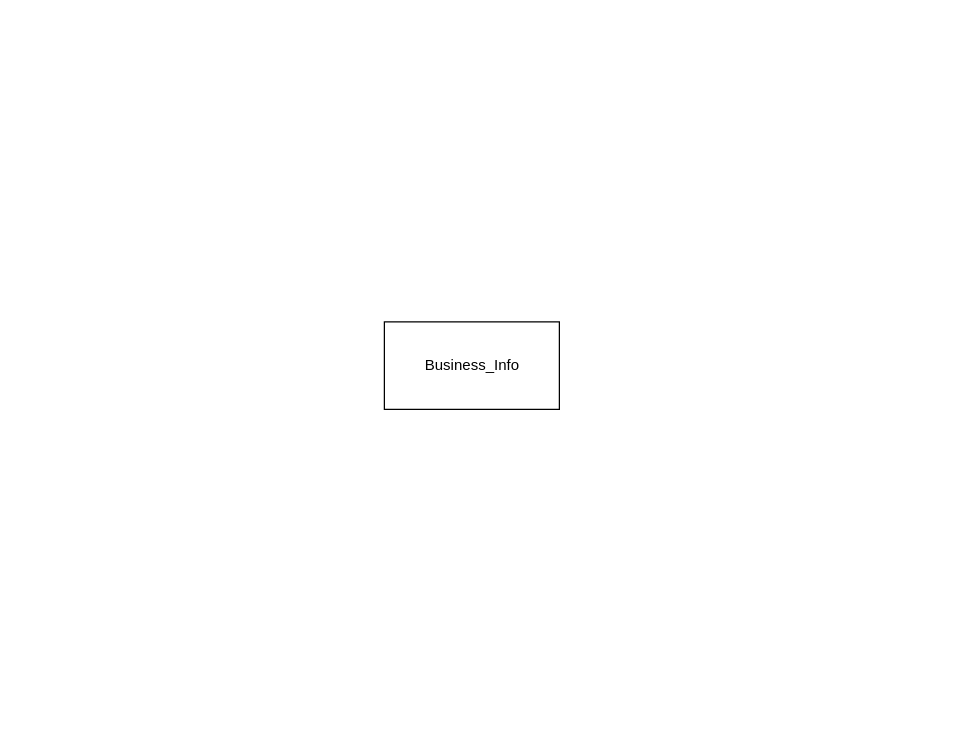
Above: page "Business_Info" (1 of 4) of TakeHomeProject.drawio in mrkwapo/DatabaseDesignAndManagement (draw.io), before the change. Source tidied: cells renumbered, new cells numbered last; positions are measured from the earlier drawing's top-left corner, leaving out a move shared by most shapes. Both pictures are drawn from the tidied source at 125%, with x=0, y=0 at pixel (384, 321).
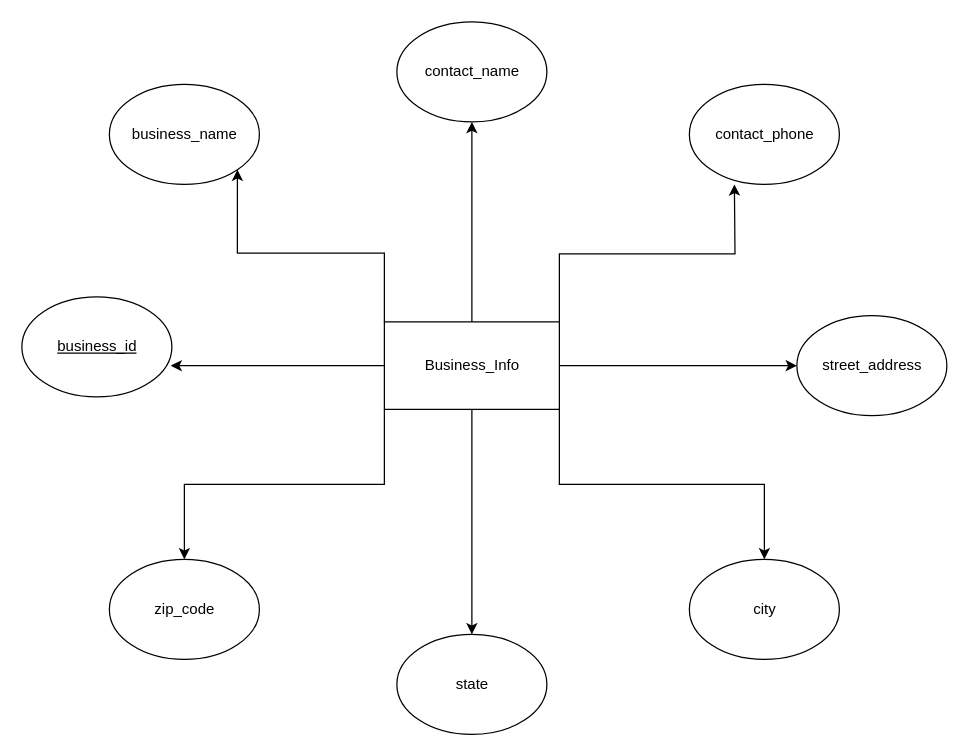
The same diagram, later.

Commit message:
er diagrams for all tables

Unchanged cells that the change refers to:
```xml
<mxCell id="2" style="group;" parent="1" vertex="1">
  <mxGeometry width="140" height="70" as="geometry" />
</mxCell>
<mxCell id="3" style="rounded=0;whiteSpace=wrap;html=1;" parent="2" vertex="1">
  <mxGeometry width="140" height="70" as="geometry" />
</mxCell>
```

Change to the diagram source:
```diff
@@
+    <mxCell id="5" style="edgeStyle=orthogonalEdgeStyle;rounded=0;jettySize=auto;html=1;" parent="2" edge="1" source="3">
+      <mxGeometry relative="1" as="geometry">
+        <mxPoint x="70" y="-160" as="targetPoint" />
+      </mxGeometry>
+    </mxCell>
+    <mxCell id="6" style="edgeStyle=orthogonalEdgeStyle;rounded=0;jettySize=auto;html=1;exitX=1;exitY=0;exitDx=0;exitDy=0;" parent="2" edge="1" source="3">
+      <mxGeometry relative="1" as="geometry">
+        <mxPoint x="280" y="-110" as="targetPoint" />
+      </mxGeometry>
+    </mxCell>
@@
+    <mxCell id="7" style="group;" parent="1" vertex="1">
+      <mxGeometry x="-220" y="-190" width="120" height="80" as="geometry" />
+    </mxCell>
+    <mxCell id="8" style="ellipse;whiteSpace=wrap;html=1;" parent="7" vertex="1">
+      <mxGeometry width="120" height="80" as="geometry" />
+    </mxCell>
+    <mxCell id="9" value="business_name" style="text;html=1;align=center;verticalAlign=middle;strokeColor=none;fillColor=none;" parent="7" vertex="1">
+      <mxGeometry x="5" y="25" width="110" height="30" as="geometry" />
+    </mxCell>
+    <mxCell id="10" style="group;" parent="1" vertex="1">
+      <mxGeometry x="10" y="-240" width="120" height="80" as="geometry" />
+    </mxCell>
+    <mxCell id="11" style="ellipse;whiteSpace=wrap;html=1;" parent="10" vertex="1">
+      <mxGeometry width="120" height="80" as="geometry" />
+    </mxCell>
+    <mxCell id="12" value="contact_name" style="text;html=1;align=center;verticalAlign=middle;strokeColor=none;fillColor=none;" parent="10" vertex="1">
+      <mxGeometry x="10" y="25" width="100" height="30" as="geometry" />
+    </mxCell>
+    <mxCell id="13" style="group;" parent="1" vertex="1">
+      <mxGeometry x="244" y="-190" width="120" height="80" as="geometry" />
+    </mxCell>
+    <mxCell id="14" style="ellipse;whiteSpace=wrap;html=1;" parent="13" vertex="1">
+      <mxGeometry width="120" height="80" as="geometry" />
+    </mxCell>
+    <mxCell id="15" value="contact_phone" style="text;html=1;align=center;verticalAlign=middle;strokeColor=none;fillColor=none;" parent="13" vertex="1">
+      <mxGeometry x="10" y="25" width="100" height="30" as="geometry" />
+    </mxCell>
+    <mxCell id="16" style="group;" parent="1" vertex="1">
+      <mxGeometry x="330" y="-5" width="120" height="80" as="geometry" />
+    </mxCell>
+    <mxCell id="17" style="ellipse;whiteSpace=wrap;html=1;" parent="16" vertex="1">
+      <mxGeometry width="120" height="80" as="geometry" />
+    </mxCell>
+    <mxCell id="18" value="street_address" style="text;html=1;align=center;verticalAlign=middle;strokeColor=none;fillColor=none;" parent="16" vertex="1">
+      <mxGeometry x="10" y="25" width="100" height="30" as="geometry" />
+    </mxCell>
+    <mxCell id="19" style="group;" parent="1" vertex="1">
+      <mxGeometry x="244" y="190" width="120" height="80" as="geometry" />
+    </mxCell>
+    <mxCell id="20" style="ellipse;whiteSpace=wrap;html=1;" parent="19" vertex="1">
+      <mxGeometry width="120" height="80" as="geometry" />
+    </mxCell>
+    <mxCell id="21" value="city" style="text;html=1;align=center;verticalAlign=middle;strokeColor=none;fillColor=none;" parent="19" vertex="1">
+      <mxGeometry x="40" y="25" width="40" height="30" as="geometry" />
+    </mxCell>
+    <mxCell id="22" style="group;" parent="1" vertex="1">
+      <mxGeometry x="10" y="250" width="120" height="80" as="geometry" />
+    </mxCell>
+    <mxCell id="23" style="ellipse;whiteSpace=wrap;html=1;" parent="22" vertex="1">
+      <mxGeometry width="120" height="80" as="geometry" />
+    </mxCell>
+    <mxCell id="24" value="state" style="text;html=1;align=center;verticalAlign=middle;strokeColor=none;fillColor=none;" parent="22" vertex="1">
+      <mxGeometry x="35" y="25" width="50" height="30" as="geometry" />
+    </mxCell>
+    <mxCell id="25" style="group;" parent="1" vertex="1">
+      <mxGeometry x="-290" y="-20" width="120" height="80" as="geometry" />
+    </mxCell>
+    <mxCell id="26" style="ellipse;whiteSpace=wrap;html=1;" parent="25" vertex="1">
+      <mxGeometry width="120" height="80" as="geometry" />
+    </mxCell>
+    <mxCell id="27" value="&lt;u&gt;business_id&lt;/u&gt;" style="text;html=1;align=center;verticalAlign=middle;strokeColor=none;fillColor=none;" parent="25" vertex="1">
+      <mxGeometry x="15" y="25" width="90" height="30" as="geometry" />
+    </mxCell>
+    <mxCell id="28" style="group;" parent="1" vertex="1">
+      <mxGeometry x="-220" y="190" width="120" height="80" as="geometry" />
+    </mxCell>
+    <mxCell id="29" style="ellipse;whiteSpace=wrap;html=1;" parent="28" vertex="1">
+      <mxGeometry width="120" height="80" as="geometry" />
+    </mxCell>
+    <mxCell id="30" value="zip_code" style="text;html=1;align=center;verticalAlign=middle;strokeColor=none;fillColor=none;" parent="28" vertex="1">
+      <mxGeometry x="25" y="25" width="70" height="30" as="geometry" />
+    </mxCell>
+    <mxCell id="31" style="edgeStyle=orthogonalEdgeStyle;rounded=0;jettySize=auto;html=1;exitX=0;exitY=0;exitDx=0;exitDy=0;entryX=1;entryY=1;entryDx=0;entryDy=0;" parent="1" edge="1" source="3" target="8">
+      <mxGeometry relative="1" as="geometry" />
+    </mxCell>
+    <mxCell id="32" style="edgeStyle=orthogonalEdgeStyle;rounded=0;jettySize=auto;html=1;entryX=0.992;entryY=0.688;entryDx=0;entryDy=0;entryPerimeter=0;" parent="1" edge="1" source="3" target="26">
+      <mxGeometry relative="1" as="geometry" />
+    </mxCell>
+    <mxCell id="33" style="edgeStyle=orthogonalEdgeStyle;rounded=0;jettySize=auto;html=1;entryX=0;entryY=0.5;entryDx=0;entryDy=0;" parent="1" edge="1" source="3" target="17">
+      <mxGeometry relative="1" as="geometry" />
+    </mxCell>
+    <mxCell id="34" style="edgeStyle=orthogonalEdgeStyle;rounded=0;jettySize=auto;html=1;entryX=0.5;entryY=0;entryDx=0;entryDy=0;" parent="1" edge="1" source="3" target="23">
+      <mxGeometry relative="1" as="geometry" />
+    </mxCell>
+    <mxCell id="35" style="edgeStyle=orthogonalEdgeStyle;rounded=0;jettySize=auto;html=1;exitX=0;exitY=1;exitDx=0;exitDy=0;entryX=0.5;entryY=0;entryDx=0;entryDy=0;" parent="1" edge="1" source="3" target="29">
+      <mxGeometry relative="1" as="geometry" />
+    </mxCell>
+    <mxCell id="36" style="edgeStyle=orthogonalEdgeStyle;rounded=0;jettySize=auto;html=1;exitX=1;exitY=1;exitDx=0;exitDy=0;entryX=0.5;entryY=0;entryDx=0;entryDy=0;" parent="1" edge="1" source="3" target="20">
+      <mxGeometry relative="1" as="geometry" />
+    </mxCell>
```
